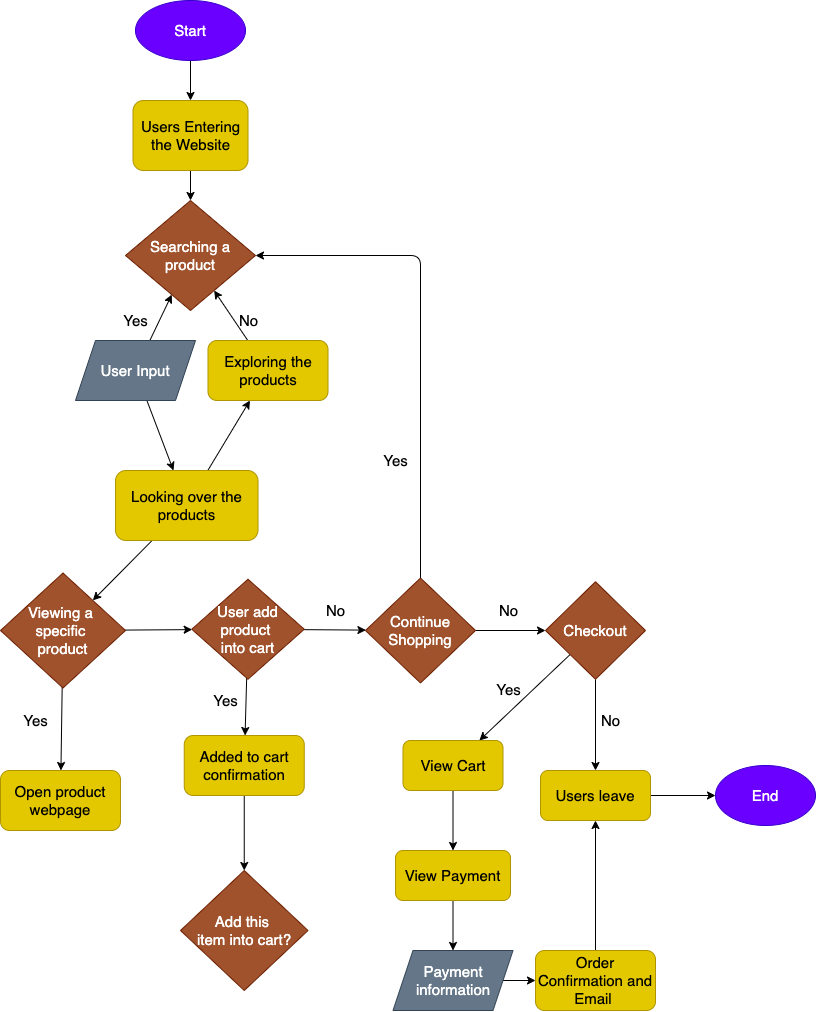
Before: explore/diagramming/diagram.drawio.png, a diagram exported from draw.io (maibaothu/fa22-cse110-lab4). Source tidied: cells renumbered, new cells last; positions are measured from the earlier drawing's top-left corner, leaving out a move shared by most shapes.
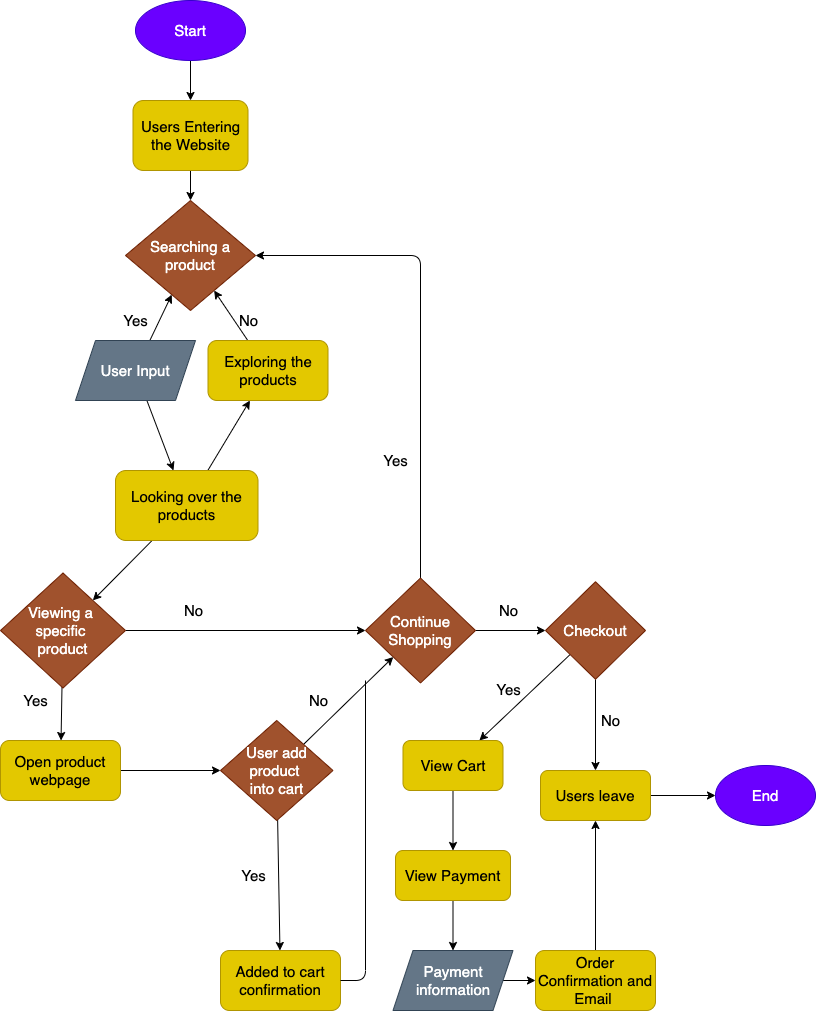
The same diagram one commit later.

Diff of the diagram source:
```diff
@@ -60,29 +60,26 @@
     <mxCell id="19" value="Continue Shopping" style="rhombus;whiteSpace=wrap;html=1;fontSize=15;fillColor=#a0522d;fontColor=#ffffff;strokeColor=#6D1F00;" parent="1" vertex="1">
       <mxGeometry x="365" y="577.5" width="110" height="105" as="geometry" />
     </mxCell>
-    <mxCell id="20" style="edgeStyle=none;html=1;fontSize=15;" parent="1" edge="1" source="21" target="22">
-      <mxGeometry relative="1" as="geometry" />
-    </mxCell>
     <mxCell id="21" value="Added to cart confirmation" style="rounded=1;whiteSpace=wrap;html=1;fontSize=15;fillColor=#e3c800;fontColor=#000000;strokeColor=#B09500;" parent="1" vertex="1">
-      <mxGeometry x="183.8" y="735" width="120" height="60" as="geometry" />
+      <mxGeometry x="220" y="950" width="120" height="60" as="geometry" />
     </mxCell>
-    <mxCell id="22" value="Add this &lt;br&gt;item into cart?" style="rhombus;whiteSpace=wrap;html=1;fontSize=15;fillColor=#a0522d;fontColor=#ffffff;strokeColor=#6D1F00;" parent="1" vertex="1">
-      <mxGeometry x="180" y="870" width="127.5" height="120" as="geometry" />
-    </mxCell>
     <mxCell id="23" style="edgeStyle=none;html=1;fontSize=15;" parent="1" edge="1" source="25" target="26">
       <mxGeometry relative="1" as="geometry" />
     </mxCell>
-    <mxCell id="24" style="edgeStyle=none;html=1;fontSize=15;" parent="1" edge="1" source="25" target="48">
-      <mxGeometry relative="1" as="geometry" />
-    </mxCell>
+    <mxCell id="51" style="edgeStyle=none;html=1;" parent="1" edge="1" source="25" target="19">
+      <mxGeometry relative="1" as="geometry" />
+    </mxCell>
     <mxCell id="25" value="Viewing a &lt;br&gt;specific &lt;br&gt;product" style="rhombus;whiteSpace=wrap;html=1;fontSize=15;fillColor=#a0522d;fontColor=#ffffff;strokeColor=#6D1F00;" parent="1" vertex="1">
       <mxGeometry y="572.5" width="125" height="115" as="geometry" />
     </mxCell>
+    <mxCell id="52" style="edgeStyle=none;html=1;" parent="1" edge="1" source="26" target="48">
+      <mxGeometry relative="1" as="geometry" />
+    </mxCell>
     <mxCell id="26" value="Open product webpage" style="rounded=1;whiteSpace=wrap;html=1;fontSize=15;fillColor=#e3c800;fontColor=#000000;strokeColor=#B09500;" parent="1" vertex="1">
-      <mxGeometry y="770" width="120" height="60" as="geometry" />
+      <mxGeometry y="740" width="120" height="60" as="geometry" />
     </mxCell>
     <mxCell id="27" value="Yes" style="text;html=1;align=center;verticalAlign=middle;strokeColor=none;fillColor=none;fontSize=15;" parent="1" vertex="1">
-      <mxGeometry x="15" y="710" width="40" height="20" as="geometry" />
+      <mxGeometry x="15" y="690" width="40" height="20" as="geometry" />
     </mxCell>
     <mxCell id="28" value="Yes" style="text;html=1;align=center;verticalAlign=middle;strokeColor=none;fillColor=none;fontSize=15;" parent="1" vertex="1">
       <mxGeometry x="375" y="450" width="40" height="20" as="geometry" />
@@ -138,20 +135,31 @@
     <mxCell id="45" value="Yes" style="text;html=1;align=center;verticalAlign=middle;strokeColor=none;fillColor=none;fontSize=15;" parent="1" vertex="1">
       <mxGeometry x="487.5" y="678.8" width="40" height="20" as="geometry" />
     </mxCell>
+    <mxCell id="47" style="edgeStyle=none;html=1;" parent="1" edge="1" source="48" target="21">
+      <mxGeometry relative="1" as="geometry" />
+    </mxCell>
     <mxCell id="46" style="edgeStyle=none;html=1;fontSize=15;" parent="1" edge="1" source="48" target="19">
       <mxGeometry relative="1" as="geometry" />
     </mxCell>
-    <mxCell id="47" style="edgeStyle=none;html=1;fontSize=15;" parent="1" edge="1" source="48" target="21">
-      <mxGeometry relative="1" as="geometry" />
-    </mxCell>
     <mxCell id="48" value="&lt;span&gt;User add product &lt;br&gt;into cart&lt;/span&gt;" style="rhombus;whiteSpace=wrap;html=1;rounded=0;glass=0;fontSize=15;fillColor=#a0522d;fontColor=#ffffff;strokeColor=#6D1F00;" parent="1" vertex="1">
-      <mxGeometry x="191.2" y="578.8" width="112.5" height="100" as="geometry" />
+      <mxGeometry x="220" y="720" width="112.5" height="100" as="geometry" />
     </mxCell>
+    <mxCell id="50" value="No" style="text;html=1;align=center;verticalAlign=middle;strokeColor=none;fillColor=none;fontSize=15;" parent="1" vertex="1">
+      <mxGeometry x="177.5" y="600" width="30" height="20" as="geometry" />
+    </mxCell>
-    <mxCell id="49" value="Yes" style="text;html=1;align=center;verticalAlign=middle;strokeColor=none;fillColor=none;fontSize=15;" parent="1" vertex="1">
-      <mxGeometry x="205" y="690" width="40" height="20" as="geometry" />
+    <mxCell id="49" value="&lt;font style=&quot;font-size: 15px&quot;&gt;Yes&lt;/font&gt;" style="text;html=1;align=center;verticalAlign=middle;strokeColor=none;fillColor=none;" parent="1" vertex="1">
+      <mxGeometry x="232.5" y="865" width="40" height="20" as="geometry" />
     </mxCell>
-    <mxCell id="50" value="No" style="text;html=1;align=center;verticalAlign=middle;strokeColor=none;fillColor=none;fontSize=15;" parent="1" vertex="1">
-      <mxGeometry x="320" y="600" width="30" height="20" as="geometry" />
-    </mxCell>
+    <mxCell id="53" value="No" style="text;html=1;align=center;verticalAlign=middle;strokeColor=none;fillColor=none;fontSize=15;" parent="1" vertex="1">
+      <mxGeometry x="302.5" y="690" width="30" height="20" as="geometry" />
+    </mxCell>
+    <mxCell id="54" style="endArrow=none;html=1;fontSize=15;exitX=1;exitY=0.5;exitDx=0;exitDy=0;" parent="1" edge="1" source="21">
+      <mxGeometry relative="1" as="geometry">
+        <mxPoint x="365" y="680" as="targetPoint" />
+        <Array as="points">
+          <mxPoint x="365" y="980" />
+        </Array>
+      </mxGeometry>
+    </mxCell>
   </root>
 </mxGraphModel>
```
